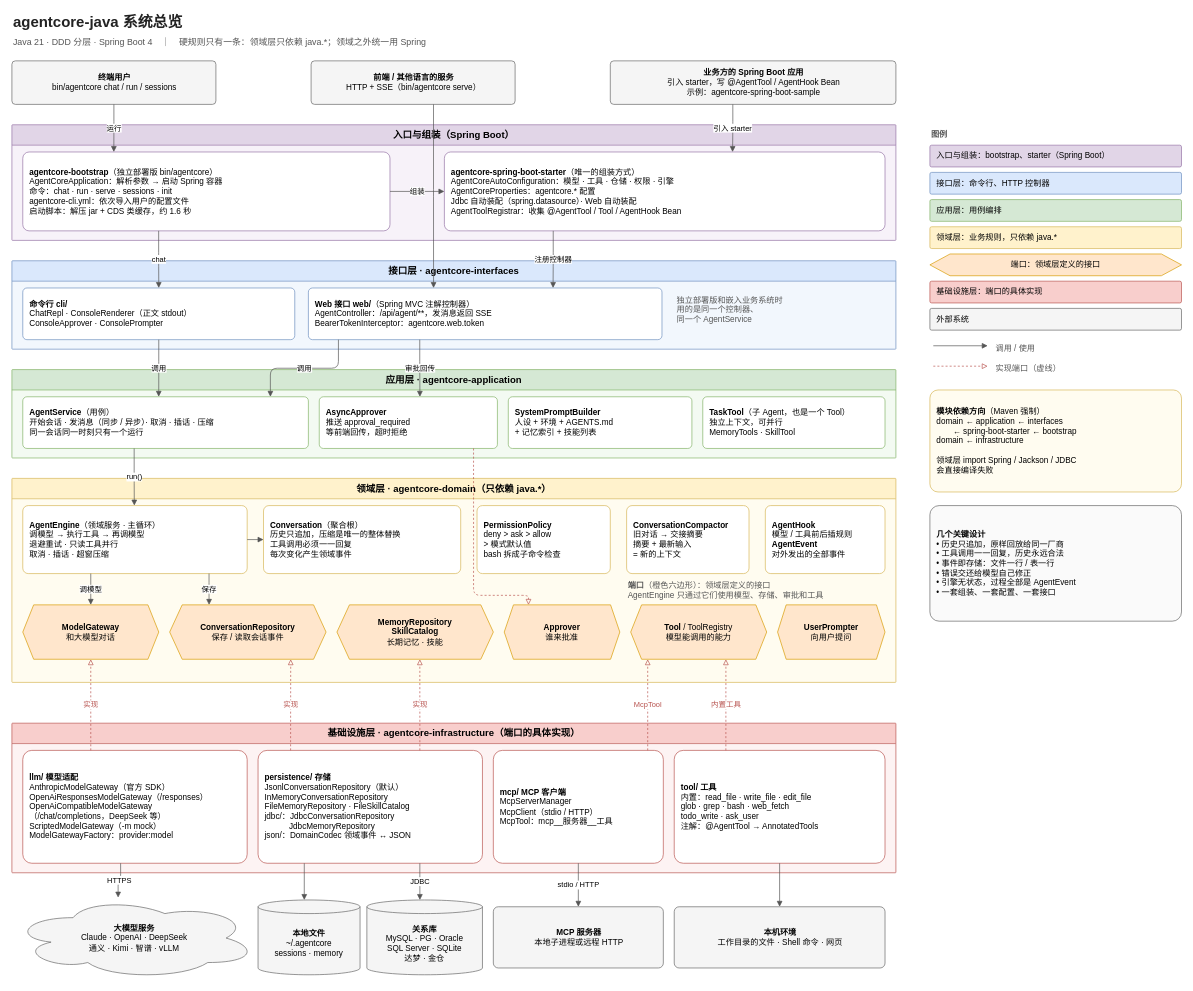
The draw.io diagram page "1 系统总览" (1 of 3) of docs/agentcore-architecture.drawio in stackJx/agent-java, before the edit. Source tidied: cells renumbered, new cells numbered last; positions are measured from the earlier drawing's top-left corner, leaving out a move shared by most shapes. Both pictures are drawn from the tidied source at 68%, with x=0, y=0 at pixel (12, 12).
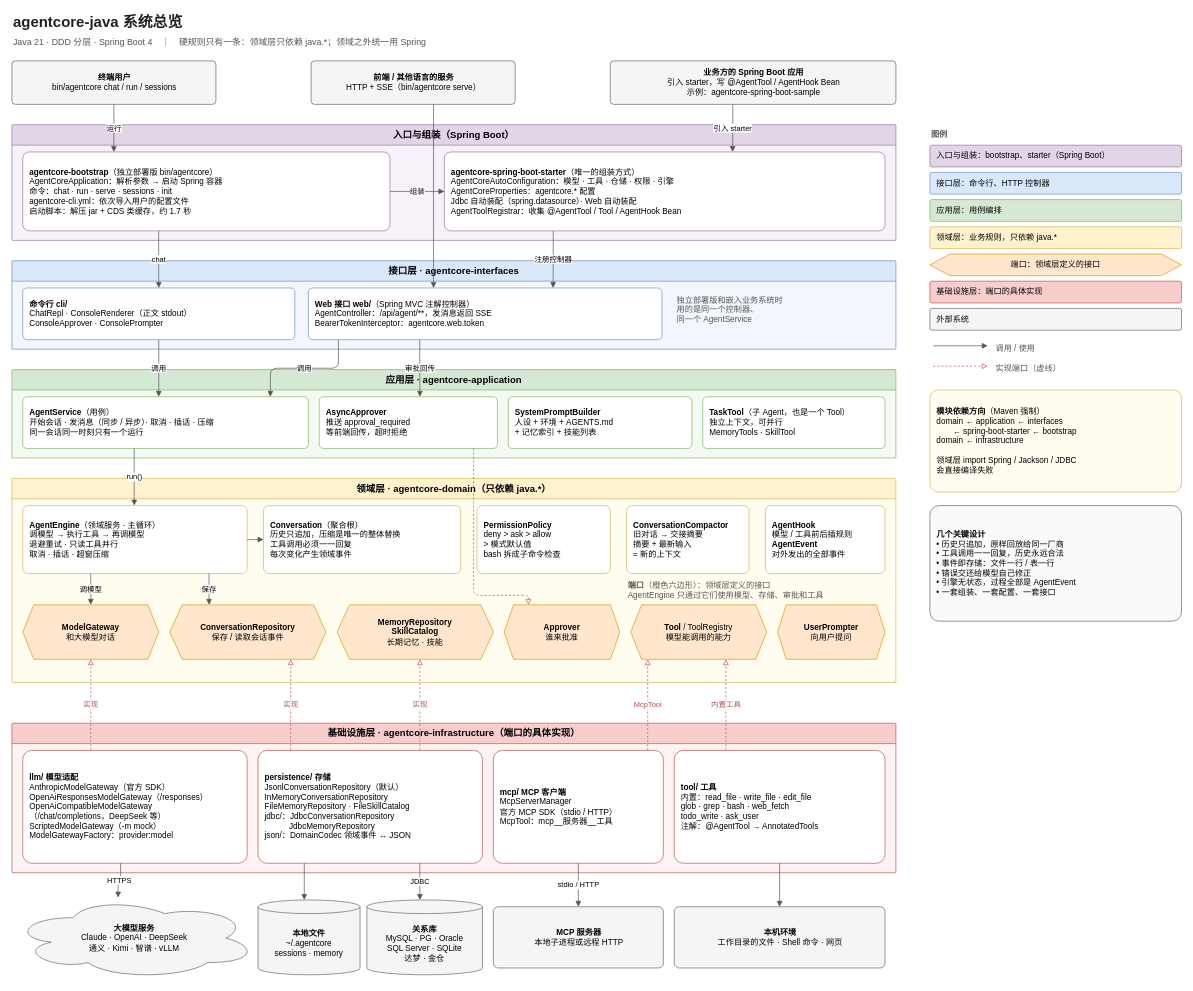
After the change.

The change refers to these unchanged cells:
```xml
<mxCell id="7" value="入口与组装（Spring Boot）" style="swimlane;startSize=30;rounded=1;arcSize=1;html=1;whiteSpace=wrap;fontStyle=1;fontSize=14;fillColor=#e1d5e7;strokeColor=#9673a6;swimlaneFillColor=#f7f2f9;" parent="1" vertex="1">
  <mxGeometry y="166" width="1300" height="170" as="geometry" />
</mxCell>
<mxCell id="32" value="基础设施层 · agentcore-infrastructure（端口的具体实现）" style="swimlane;startSize=30;rounded=1;arcSize=1;html=1;whiteSpace=wrap;fontStyle=1;fontSize=14;fillColor=#f8cecc;strokeColor=#b85450;swimlaneFillColor=#fdf3f3;" parent="1" vertex="1">
  <mxGeometry y="1046" width="1300" height="220" as="geometry" />
</mxCell>
```

Diff of the diagram source:
```diff
@@
-    <mxCell id="8" value="&lt;b&gt;agentcore-bootstrap&lt;/b&gt;（独立部署版 bin/agentcore）&lt;br&gt;AgentCoreApplication：解析参数 → 启动 Spring 容器&lt;br&gt;命令：chat · run · serve · sessions · init&lt;br&gt;agentcore-cli.yml：依次导入用户的配置文件&lt;br&gt;启动脚本：解压 jar + CDS 类缓存，约 1.6 秒" style="rounded=1;arcSize=8;whiteSpace=wrap;html=1;fontSize=12;align=left;verticalAlign=middle;spacingLeft=8;spacingRight=6;fillColor=#ffffff;strokeColor=#9673a6;" parent="7" vertex="1">
+    <mxCell id="8" value="&lt;b&gt;agentcore-bootstrap&lt;/b&gt;（独立部署版 bin/agentcore）&lt;br&gt;AgentCoreApplication：解析参数 → 启动 Spring 容器&lt;br&gt;命令：chat · run · serve · sessions · init&lt;br&gt;agentcore-cli.yml：依次导入用户的配置文件&lt;br&gt;启动脚本：解压 jar + CDS 类缓存，约 1.7 秒" style="rounded=1;arcSize=8;whiteSpace=wrap;html=1;fontSize=12;align=left;verticalAlign=middle;spacingLeft=8;spacingRight=6;fillColor=#ffffff;strokeColor=#9673a6;" parent="7" vertex="1">
       <mxGeometry x="16" y="40" width="540" height="116" as="geometry" />
     </mxCell>
@@
-    <mxCell id="35" value="&lt;b&gt;mcp/ MCP 客户端&lt;/b&gt;&lt;br&gt;McpServerManager&lt;br&gt;McpClient（stdio / HTTP）&lt;br&gt;McpTool：mcp__服务器__工具" style="rounded=1;arcSize=8;whiteSpace=wrap;html=1;fontSize=12;align=left;verticalAlign=middle;spacingLeft=8;spacingRight=6;fillColor=#ffffff;strokeColor=#b85450;" parent="32" vertex="1">
+    <mxCell id="35" value="&lt;b&gt;mcp/ MCP 客户端&lt;/b&gt;&lt;br&gt;McpServerManager&lt;br&gt;官方 MCP SDK（stdio / HTTP）&lt;br&gt;McpTool：mcp__服务器__工具" style="rounded=1;arcSize=8;whiteSpace=wrap;html=1;fontSize=12;align=left;verticalAlign=middle;spacingLeft=8;spacingRight=6;fillColor=#ffffff;strokeColor=#b85450;" parent="32" vertex="1">
       <mxGeometry x="708" y="40" width="250" height="166" as="geometry" />
     </mxCell>
```
